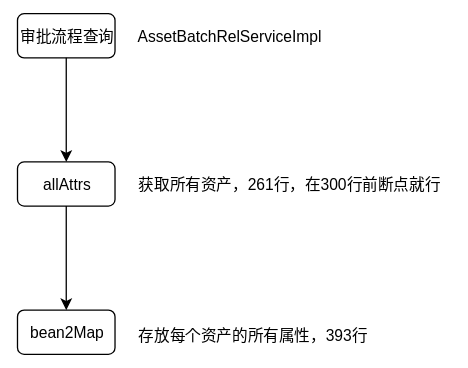
Before: 批次.svg, a diagram exported from draw.io (ydh1cnn6/Obsidian). Source tidied: cells renumbered, new cells last; positions are measured from the earlier drawing's top-left corner, leaving out a move shared by most shapes.
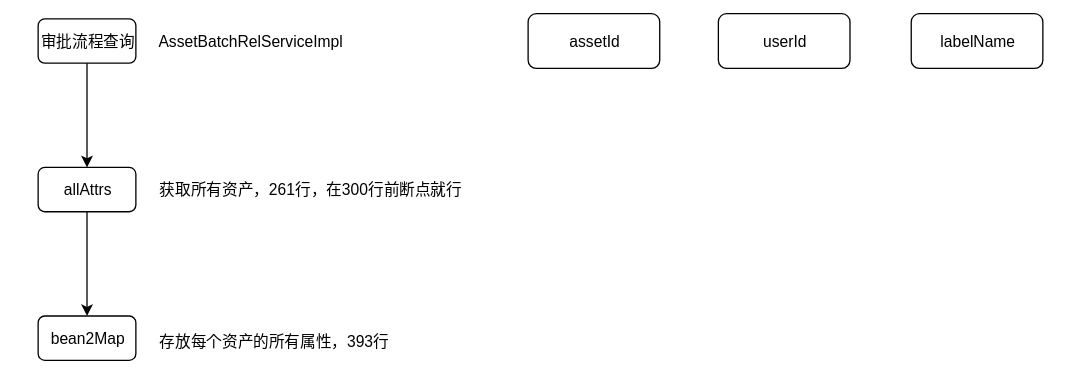
Later version of the same file.

Commit message:
vault backup: 2023-12-21 18:20:59

What changed in the source:
```diff
@@ -26,5 +26,14 @@
     <mxCell id="9" value="AssetBatchRelServiceImpl" style="text;html=1;align=center;verticalAlign=middle;strokeColor=none;fillColor=none;" parent="1" vertex="1">
       <mxGeometry x="83" y="4" width="159" height="26" as="geometry" />
     </mxCell>
+    <mxCell id="10" value="assetId" style="rounded=1;whiteSpace=wrap;html=1;" parent="1" vertex="1">
+      <mxGeometry x="376" y="-4" width="101" height="42" as="geometry" />
+    </mxCell>
+    <mxCell id="11" value="userId" style="rounded=1;whiteSpace=wrap;html=1;" parent="1" vertex="1">
+      <mxGeometry x="522" y="-4" width="101" height="42" as="geometry" />
+    </mxCell>
+    <mxCell id="12" value="labelName" style="rounded=1;whiteSpace=wrap;html=1;" parent="1" vertex="1">
+      <mxGeometry x="670" y="-4" width="101" height="42" as="geometry" />
+    </mxCell>
   </root>
 </mxGraphModel>
```
